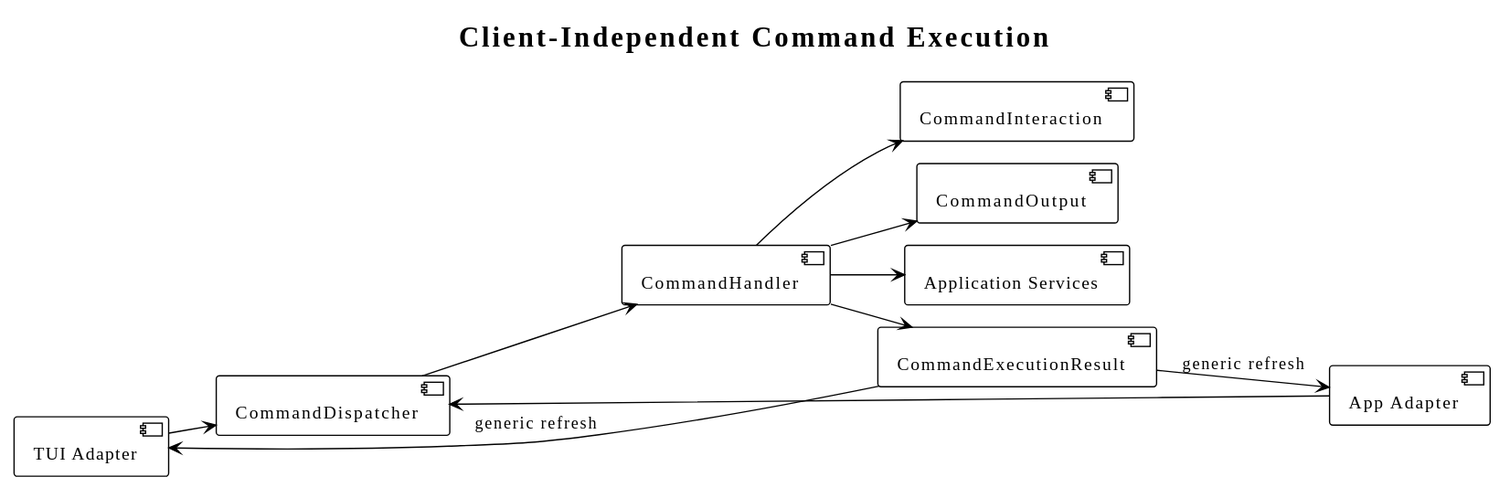
This is diagrams/command/10-client-adaptation.svg from superheromeZzh/pi-mono-java-design, a PlantUML export, as it was before one commit. Source of this version:
```plantuml
@startuml
!theme plain
!pragma layout smetana
skinparam defaultFontName "SansSerif"
skinparam shadowing false
skinparam backgroundColor transparent
title Client-Independent Command Execution

left to right direction
component "TUI Adapter" as TUI
component "App Adapter" as App
component CommandDispatcher as Dispatcher
component CommandHandler as Handler
component CommandInteraction as Interaction
component CommandOutput as Output
component CommandExecutionResult as Result
component "Application Services" as Services

TUI --> Dispatcher
App --> Dispatcher
Dispatcher --> Handler
Handler --> Interaction
Handler --> Output
Handler --> Services
Handler --> Result
Result --> TUI : generic refresh
Result --> App : generic refresh
@enduml
```
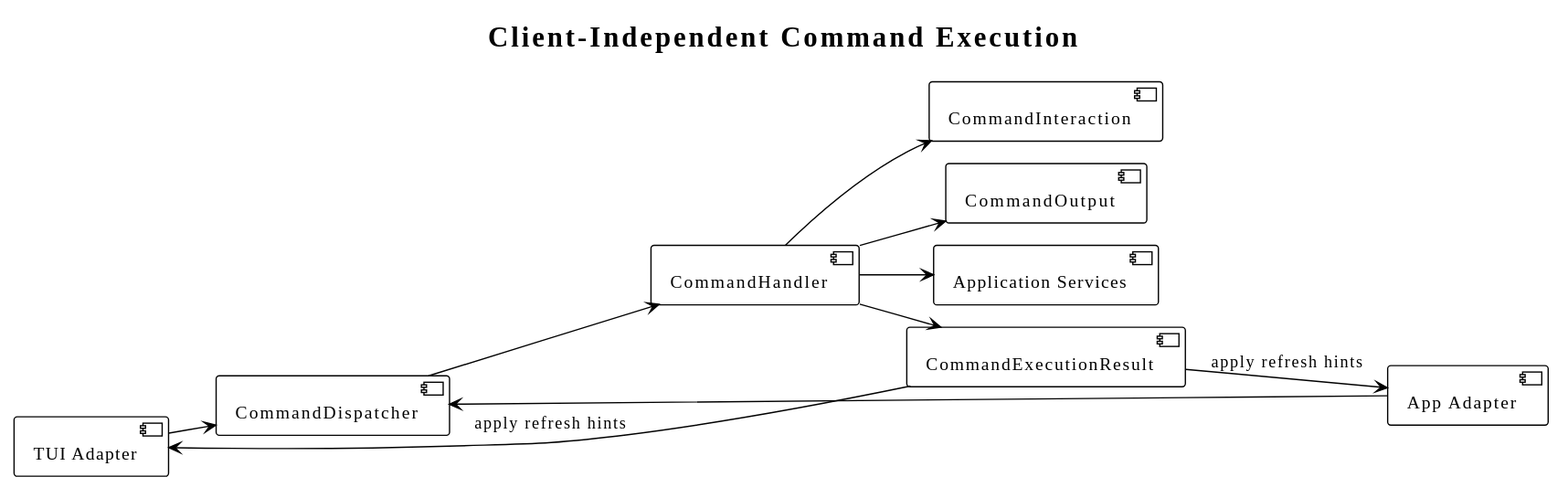
The same diagram one commit later.

What changed in the source:
```diff
@@ -23,6 +23,6 @@
 Handler --> Output
 Handler --> Services
 Handler --> Result
-Result --> TUI : generic refresh
-Result --> App : generic refresh
+Result --> TUI : apply refresh hints
+Result --> App : apply refresh hints
 @enduml
```
